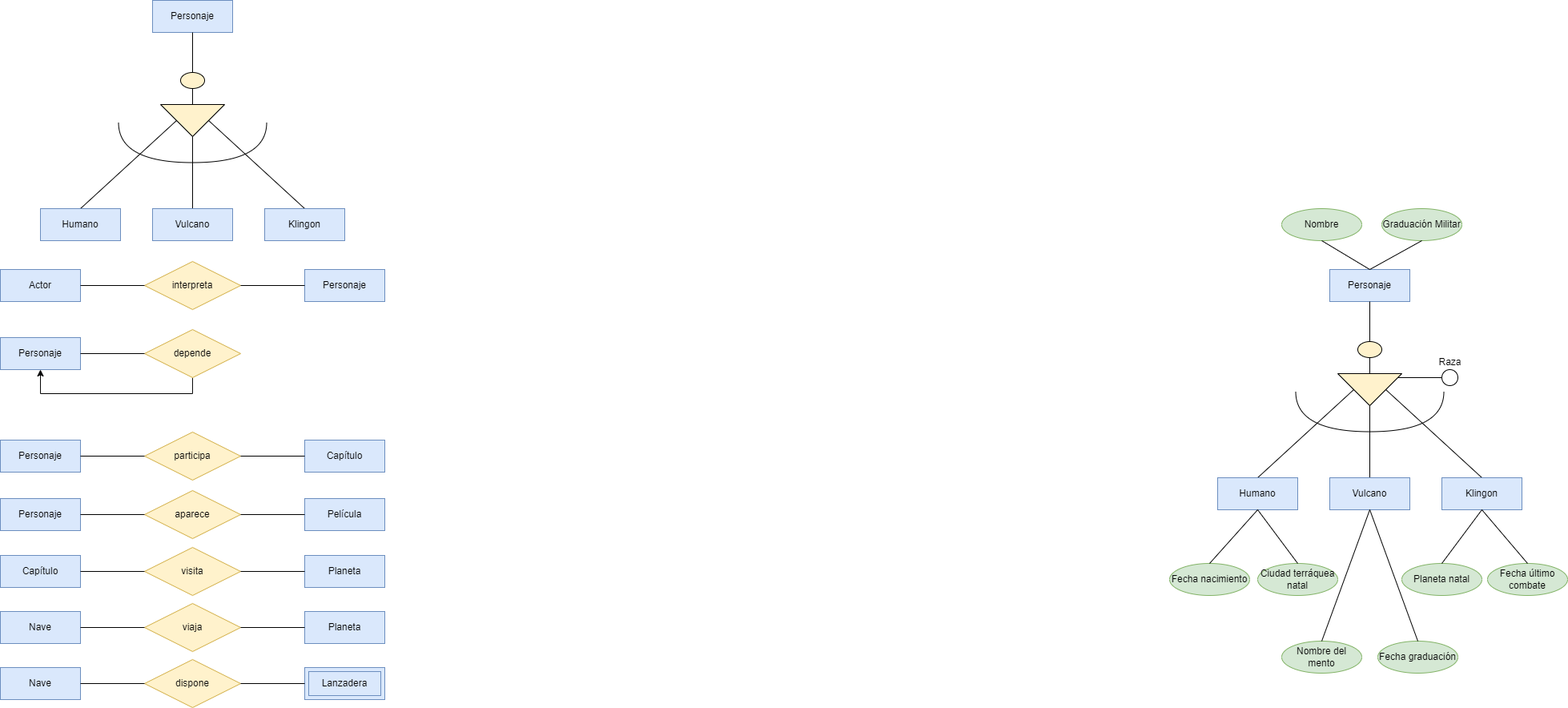
RafaelMayor/base-datos keeps this draw.io diagram as Unidad-1/Tareas/Tarea_Entregable-3/Diagrama Tarea Entregable 3.drawio.png. Above is the earlier version. Source tidied: cells renumbered, new cells last; positions are measured from the earlier drawing's top-left corner, leaving out a move shared by most shapes.
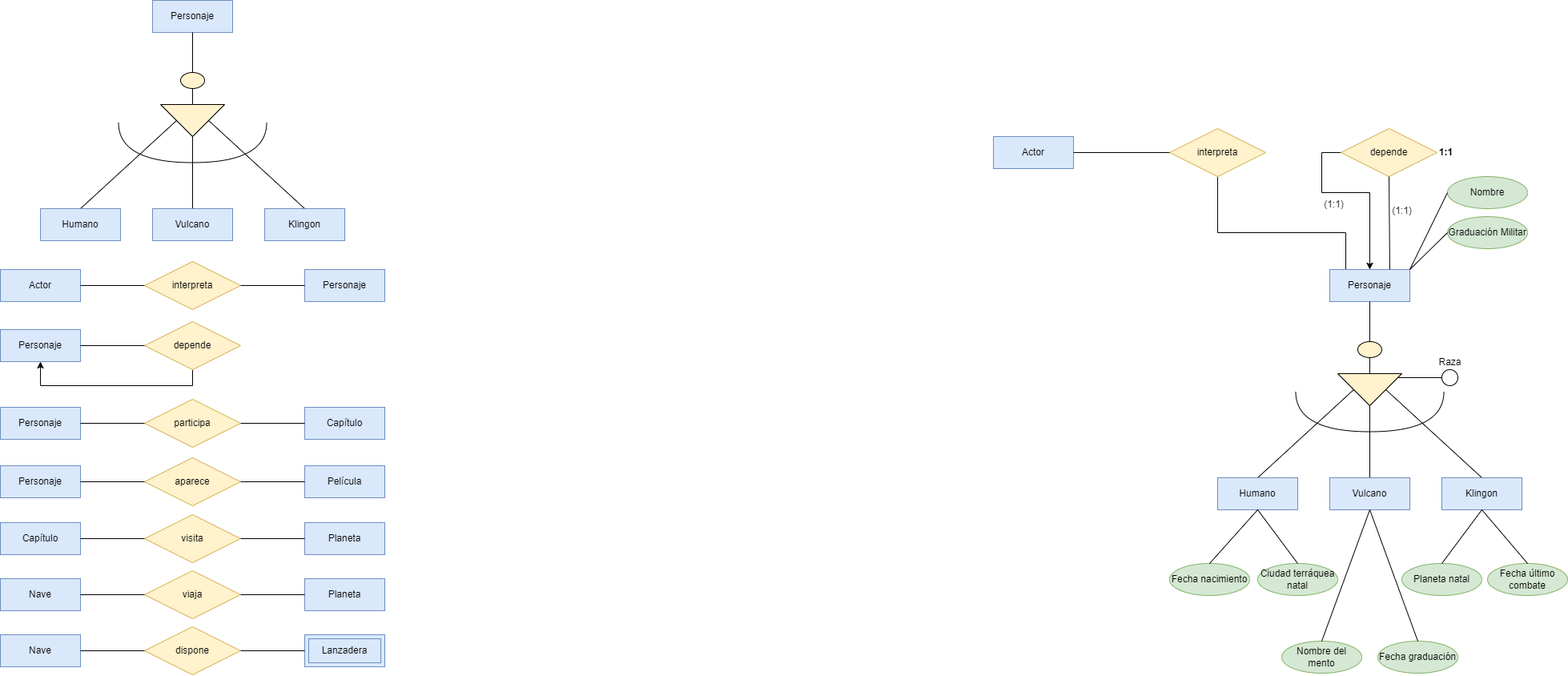
After the commit.

Diff of the diagram source:
```diff
@@ -54,13 +54,13 @@
       <mxGeometry relative="1" as="geometry" />
     </mxCell>
     <mxCell id="19" value="Personaje" style="whiteSpace=wrap;html=1;align=center;fillColor=#dae8fc;strokeColor=#6c8ebf;" parent="1" vertex="1">
-      <mxGeometry y="549" width="100" height="40" as="geometry" />
+      <mxGeometry y="508" width="100" height="40" as="geometry" />
     </mxCell>
     <mxCell id="20" value="participa" style="shape=rhombus;perimeter=rhombusPerimeter;whiteSpace=wrap;html=1;align=center;fillColor=#fff2cc;strokeColor=#d6b656;" parent="1" vertex="1">
-      <mxGeometry x="180" y="539" width="120" height="60" as="geometry" />
+      <mxGeometry x="180" y="498" width="120" height="60" as="geometry" />
     </mxCell>
     <mxCell id="21" value="Capítulo" style="whiteSpace=wrap;html=1;align=center;fillColor=#dae8fc;strokeColor=#6c8ebf;" parent="1" vertex="1">
-      <mxGeometry x="380" y="549" width="100" height="40" as="geometry" />
+      <mxGeometry x="380" y="508" width="100" height="40" as="geometry" />
     </mxCell>
     <mxCell id="22" style="endArrow=none;html=1;rounded=0;entryX=0;entryY=0.5;entryDx=0;entryDy=0;exitX=1;exitY=0.5;exitDx=0;exitDy=0;" parent="1" edge="1" source="20" target="21">
       <mxGeometry relative="1" as="geometry" />
@@ -69,13 +69,13 @@
       <mxGeometry relative="1" as="geometry" />
     </mxCell>
     <mxCell id="24" value="Película" style="whiteSpace=wrap;html=1;align=center;fillColor=#dae8fc;strokeColor=#6c8ebf;" parent="1" vertex="1">
-      <mxGeometry x="380" y="622" width="100" height="40" as="geometry" />
+      <mxGeometry x="380" y="581" width="100" height="40" as="geometry" />
     </mxCell>
     <mxCell id="25" value="Personaje" style="whiteSpace=wrap;html=1;align=center;fillColor=#dae8fc;strokeColor=#6c8ebf;" parent="1" vertex="1">
-      <mxGeometry y="622" width="100" height="40" as="geometry" />
+      <mxGeometry y="581" width="100" height="40" as="geometry" />
     </mxCell>
     <mxCell id="26" value="aparece" style="shape=rhombus;perimeter=rhombusPerimeter;whiteSpace=wrap;html=1;align=center;fillColor=#fff2cc;strokeColor=#d6b656;" parent="1" vertex="1">
-      <mxGeometry x="180" y="612" width="120" height="60" as="geometry" />
+      <mxGeometry x="180" y="571" width="120" height="60" as="geometry" />
     </mxCell>
     <mxCell id="27" style="endArrow=none;html=1;rounded=0;exitX=1;exitY=0.5;exitDx=0;exitDy=0;entryX=0;entryY=0.5;entryDx=0;entryDy=0;" parent="1" edge="1" source="25" target="26">
       <mxGeometry relative="1" as="geometry" />
@@ -84,13 +84,13 @@
       <mxGeometry relative="1" as="geometry" />
     </mxCell>
     <mxCell id="29" value="Capítulo" style="whiteSpace=wrap;html=1;align=center;fillColor=#dae8fc;strokeColor=#6c8ebf;" parent="1" vertex="1">
-      <mxGeometry y="693" width="100" height="40" as="geometry" />
+      <mxGeometry y="652" width="100" height="40" as="geometry" />
     </mxCell>
     <mxCell id="30" value="visita" style="shape=rhombus;perimeter=rhombusPerimeter;whiteSpace=wrap;html=1;align=center;fillColor=#fff2cc;strokeColor=#d6b656;" parent="1" vertex="1">
-      <mxGeometry x="180" y="683" width="120" height="60" as="geometry" />
+      <mxGeometry x="180" y="642" width="120" height="60" as="geometry" />
     </mxCell>
     <mxCell id="31" value="Planeta" style="whiteSpace=wrap;html=1;align=center;fillColor=#dae8fc;strokeColor=#6c8ebf;" parent="1" vertex="1">
-      <mxGeometry x="380" y="693" width="100" height="40" as="geometry" />
+      <mxGeometry x="380" y="652" width="100" height="40" as="geometry" />
     </mxCell>
     <mxCell id="32" style="endArrow=none;html=1;rounded=0;entryX=0;entryY=0.5;entryDx=0;entryDy=0;exitX=1;exitY=0.5;exitDx=0;exitDy=0;" parent="1" edge="1" source="30" target="31">
       <mxGeometry relative="1" as="geometry" />
@@ -99,13 +99,13 @@
       <mxGeometry relative="1" as="geometry" />
     </mxCell>
     <mxCell id="34" value="Nave" style="whiteSpace=wrap;html=1;align=center;fillColor=#dae8fc;strokeColor=#6c8ebf;" parent="1" vertex="1">
-      <mxGeometry y="763" width="100" height="40" as="geometry" />
+      <mxGeometry y="722" width="100" height="40" as="geometry" />
     </mxCell>
     <mxCell id="35" value="Planeta" style="whiteSpace=wrap;html=1;align=center;fillColor=#dae8fc;strokeColor=#6c8ebf;" parent="1" vertex="1">
-      <mxGeometry x="380" y="763" width="100" height="40" as="geometry" />
+      <mxGeometry x="380" y="722" width="100" height="40" as="geometry" />
     </mxCell>
     <mxCell id="36" value="viaja" style="shape=rhombus;perimeter=rhombusPerimeter;whiteSpace=wrap;html=1;align=center;fillColor=#fff2cc;strokeColor=#d6b656;" parent="1" vertex="1">
-      <mxGeometry x="180" y="753" width="120" height="60" as="geometry" />
+      <mxGeometry x="180" y="712" width="120" height="60" as="geometry" />
     </mxCell>
     <mxCell id="37" style="endArrow=none;html=1;rounded=0;exitX=0;exitY=0.5;exitDx=0;exitDy=0;entryX=1;entryY=0.5;entryDx=0;entryDy=0;" parent="1" edge="1" source="35" target="36">
       <mxGeometry relative="1" as="geometry" />
@@ -114,13 +114,13 @@
       <mxGeometry relative="1" as="geometry" />
     </mxCell>
     <mxCell id="39" value="Nave" style="whiteSpace=wrap;html=1;align=center;fillColor=#dae8fc;strokeColor=#6c8ebf;" parent="1" vertex="1">
-      <mxGeometry y="833" width="100" height="40" as="geometry" />
+      <mxGeometry y="792" width="100" height="40" as="geometry" />
     </mxCell>
     <mxCell id="40" value="dispone" style="shape=rhombus;perimeter=rhombusPerimeter;whiteSpace=wrap;html=1;align=center;fillColor=#fff2cc;strokeColor=#d6b656;" parent="1" vertex="1">
-      <mxGeometry x="180" y="823" width="120" height="60" as="geometry" />
+      <mxGeometry x="180" y="782" width="120" height="60" as="geometry" />
     </mxCell>
     <mxCell id="41" value="Lanzadera" style="shape=ext;margin=3;double=1;whiteSpace=wrap;html=1;align=center;fillColor=#dae8fc;strokeColor=#6c8ebf;" parent="1" vertex="1">
-      <mxGeometry x="380" y="833" width="100" height="40" as="geometry" />
+      <mxGeometry x="380" y="792" width="100" height="40" as="geometry" />
     </mxCell>
     <mxCell id="42" style="endArrow=none;html=1;rounded=0;entryX=0;entryY=0.5;entryDx=0;entryDy=0;exitX=1;exitY=0.5;exitDx=0;exitDy=0;" parent="1" edge="1" source="40" target="41">
       <mxGeometry relative="1" as="geometry" />
@@ -128,6 +128,14 @@
     <mxCell id="43" style="endArrow=none;html=1;rounded=0;entryX=0;entryY=0.5;entryDx=0;entryDy=0;exitX=1;exitY=0.5;exitDx=0;exitDy=0;" parent="1" edge="1" source="39" target="40">
       <mxGeometry relative="1" as="geometry" />
     </mxCell>
+    <mxCell id="79" style="edgeStyle=orthogonalEdgeStyle;rounded=0;jettySize=auto;html=1;entryX=0.5;entryY=1;entryDx=0;entryDy=0;endArrow=none;endFill=0;" parent="1" edge="1" source="44" target="86">
+      <mxGeometry relative="1" as="geometry">
+        <Array as="points">
+          <mxPoint x="1680" y="290" />
+          <mxPoint x="1520" y="290" />
+        </Array>
+      </mxGeometry>
+    </mxCell>
     <mxCell id="44" value="Personaje" style="whiteSpace=wrap;html=1;align=center;fillColor=#dae8fc;strokeColor=#6c8ebf;" parent="1" vertex="1">
       <mxGeometry x="1660" y="336" width="100" height="40" as="geometry" />
     </mxCell>
@@ -174,15 +182,15 @@
       <mxGeometry x="1785" y="437" width="50" height="30" as="geometry" />
     </mxCell>
     <mxCell id="59" value="Nombre" style="ellipse;whiteSpace=wrap;html=1;align=center;fillColor=#d5e8d4;strokeColor=#82b366;" parent="1" vertex="1">
-      <mxGeometry x="1600" y="260" width="100" height="40" as="geometry" />
+      <mxGeometry x="1807" y="220" width="100" height="40" as="geometry" />
     </mxCell>
     <mxCell id="60" value="Graduación Militar" style="ellipse;whiteSpace=wrap;html=1;align=center;fillColor=#d5e8d4;strokeColor=#82b366;" parent="1" vertex="1">
-      <mxGeometry x="1725" y="260" width="100" height="40" as="geometry" />
+      <mxGeometry x="1807" y="270" width="100" height="40" as="geometry" />
     </mxCell>
-    <mxCell id="61" style="endArrow=none;html=1;rounded=0;entryX=0.5;entryY=1;entryDx=0;entryDy=0;exitX=0.5;exitY=0;exitDx=0;exitDy=0;" parent="1" edge="1" source="44" target="59">
+    <mxCell id="61" style="endArrow=none;html=1;rounded=0;entryX=0;entryY=0.5;entryDx=0;entryDy=0;exitX=1;exitY=0;exitDx=0;exitDy=0;" parent="1" edge="1" source="44" target="59">
       <mxGeometry relative="1" as="geometry" />
     </mxCell>
-    <mxCell id="62" style="endArrow=none;html=1;rounded=0;entryX=0.5;entryY=1;entryDx=0;entryDy=0;exitX=0.5;exitY=0;exitDx=0;exitDy=0;" parent="1" edge="1" source="44" target="60">
+    <mxCell id="62" style="endArrow=none;html=1;rounded=0;entryX=0;entryY=0.5;entryDx=0;entryDy=0;exitX=1;exitY=0;exitDx=0;exitDy=0;" parent="1" edge="1" source="44" target="60">
       <mxGeometry relative="1" as="geometry" />
     </mxCell>
     <mxCell id="63" value="Planeta natal" style="ellipse;whiteSpace=wrap;html=1;align=center;fillColor=#d5e8d4;strokeColor=#82b366;" parent="1" vertex="1">
@@ -222,21 +230,54 @@
       <mxGeometry relative="1" as="geometry" />
     </mxCell>
     <mxCell id="75" value="Personaje" style="whiteSpace=wrap;html=1;align=center;fillColor=#dae8fc;strokeColor=#6c8ebf;" parent="1" vertex="1">
-      <mxGeometry y="421" width="100" height="40" as="geometry" />
+      <mxGeometry y="411" width="100" height="40" as="geometry" />
     </mxCell>
     <mxCell id="76" style="edgeStyle=orthogonalEdgeStyle;rounded=0;jettySize=auto;html=1;entryX=0.5;entryY=1;entryDx=0;entryDy=0;" parent="1" edge="1" source="77" target="75">
       <mxGeometry relative="1" as="geometry">
         <Array as="points">
-          <mxPoint x="240" y="491" />
-          <mxPoint x="50" y="491" />
+          <mxPoint x="240" y="481" />
+          <mxPoint x="50" y="481" />
         </Array>
       </mxGeometry>
     </mxCell>
     <mxCell id="77" value="depende" style="shape=rhombus;perimeter=rhombusPerimeter;whiteSpace=wrap;html=1;align=center;fillColor=#fff2cc;strokeColor=#d6b656;" parent="1" vertex="1">
-      <mxGeometry x="180" y="411" width="120" height="60" as="geometry" />
+      <mxGeometry x="180" y="401" width="120" height="60" as="geometry" />
     </mxCell>
     <mxCell id="78" style="endArrow=none;html=1;rounded=0;entryX=1;entryY=0.5;entryDx=0;entryDy=0;exitX=0;exitY=0.5;exitDx=0;exitDy=0;" parent="1" edge="1" source="77" target="75">
       <mxGeometry relative="1" as="geometry" />
     </mxCell>
+    <mxCell id="80" style="edgeStyle=orthogonalEdgeStyle;rounded=0;jettySize=auto;html=1;entryX=0.5;entryY=0;entryDx=0;entryDy=0;exitX=0;exitY=0.5;exitDx=0;exitDy=0;" parent="1" edge="1" source="81" target="44">
+      <mxGeometry relative="1" as="geometry">
+        <Array as="points">
+          <mxPoint x="1650" y="190" />
+          <mxPoint x="1650" y="240" />
+          <mxPoint x="1710" y="240" />
+        </Array>
+      </mxGeometry>
+    </mxCell>
+    <mxCell id="81" value="depende" style="shape=rhombus;perimeter=rhombusPerimeter;whiteSpace=wrap;html=1;align=center;fillColor=#fff2cc;strokeColor=#d6b656;" parent="1" vertex="1">
+      <mxGeometry x="1674" y="160" width="120" height="60" as="geometry" />
+    </mxCell>
+    <mxCell id="82" style="endArrow=none;html=1;rounded=0;entryX=0.5;entryY=1;entryDx=0;entryDy=0;exitX=0.75;exitY=0;exitDx=0;exitDy=0;" parent="1" edge="1" source="44" target="81">
+      <mxGeometry relative="1" as="geometry" />
+    </mxCell>
+    <mxCell id="83" value="(1:1)" style="text;html=1;align=center;verticalAlign=middle;strokeColor=none;fillColor=none;" parent="1" vertex="1">
+      <mxGeometry x="1725" y="248" width="50" height="30" as="geometry" />
+    </mxCell>
+    <mxCell id="84" value="(1:1)" style="text;html=1;align=center;verticalAlign=middle;strokeColor=none;fillColor=none;" parent="1" vertex="1">
+      <mxGeometry x="1640" y="240" width="50" height="30" as="geometry" />
+    </mxCell>
+    <mxCell id="85" value="&lt;b&gt;1:1&lt;/b&gt;" style="text;html=1;align=center;verticalAlign=middle;strokeColor=none;fillColor=none;" parent="1" vertex="1">
+      <mxGeometry x="1785" y="175" width="40" height="30" as="geometry" />
+    </mxCell>
+    <mxCell id="86" value="interpreta" style="shape=rhombus;perimeter=rhombusPerimeter;whiteSpace=wrap;html=1;align=center;fillColor=#fff2cc;strokeColor=#d6b656;" parent="1" vertex="1">
+      <mxGeometry x="1460" y="160" width="120" height="60" as="geometry" />
+    </mxCell>
+    <mxCell id="87" value="Actor" style="whiteSpace=wrap;html=1;align=center;fillColor=#dae8fc;strokeColor=#6c8ebf;" parent="1" vertex="1">
+      <mxGeometry x="1240" y="170" width="100" height="40" as="geometry" />
+    </mxCell>
+    <mxCell id="88" style="endArrow=none;html=1;rounded=0;entryX=1;entryY=0.5;entryDx=0;entryDy=0;exitX=0;exitY=0.5;exitDx=0;exitDy=0;" parent="1" edge="1" source="86" target="87">
+      <mxGeometry relative="1" as="geometry" />
+    </mxCell>
   </root>
 </mxGraphModel>
```
